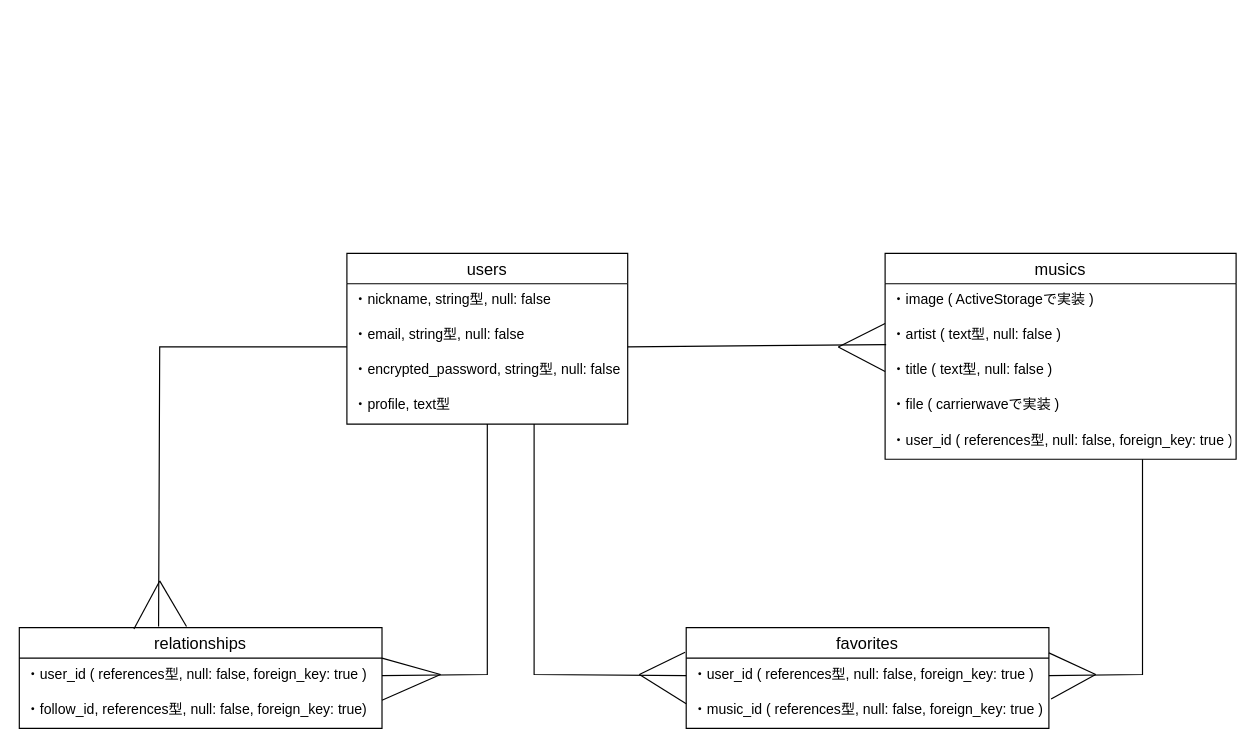
Above: ER図.dio in O-DAIKI/ScoopNote (draw.io), before the change. Source tidied: cells renumbered, new cells numbered last; positions are measured from the earlier drawing's top-left corner, leaving out a move shared by most shapes. Both pictures are drawn from the tidied source at 117%, with x=0, y=0 at pixel (19, 253).
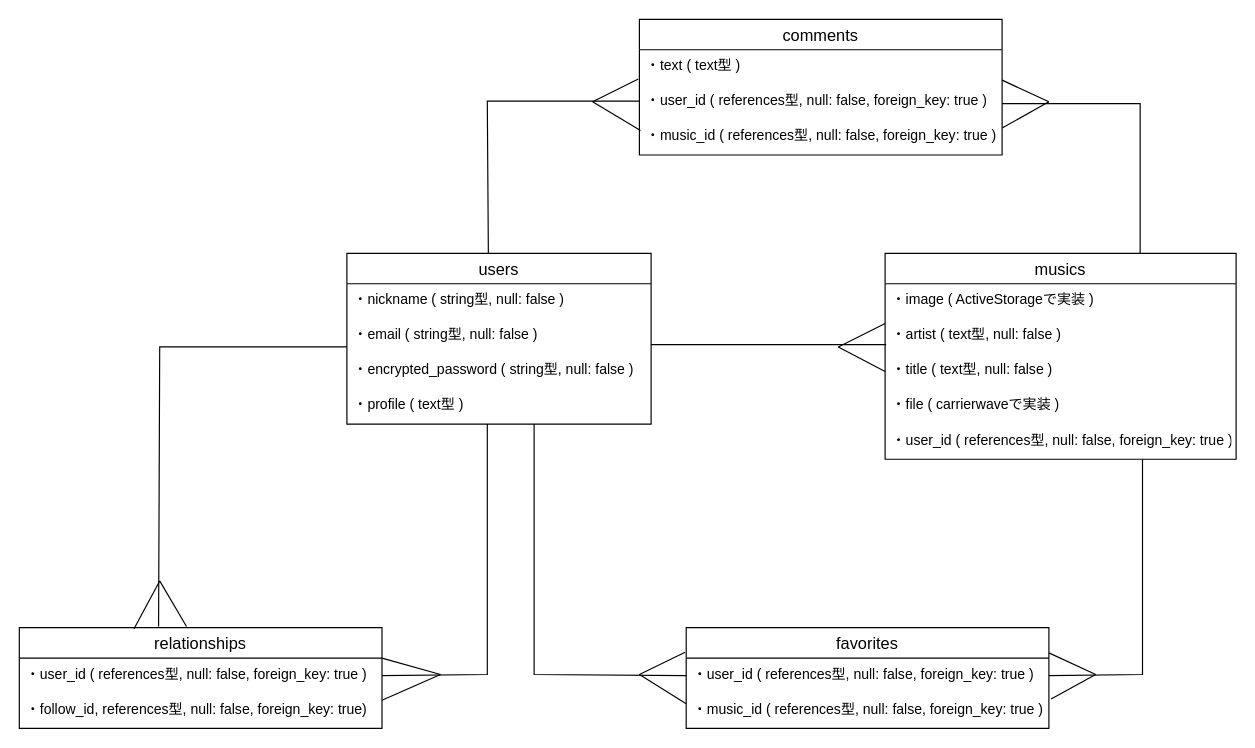
After the change.

Unchanged cells that the change refers to:
```xml
<mxCell id="15" value="・artist ( text型, null: false )" style="text;strokeColor=none;fillColor=none;spacingLeft=4;spacingRight=4;overflow=hidden;points=[[0,0.5],[1,0.5]];portConstraint=eastwest;fontSize=12;" parent="13" vertex="1">
  <mxGeometry y="56" width="300" height="30" as="geometry" />
</mxCell>
```

Diff of the diagram source:
```diff
@@
     <mxCell id="5" value="users" style="swimlane;fontStyle=0;horizontal=1;startSize=26;align=center;fontSize=14;" parent="1" vertex="1">
-      <mxGeometry x="280" width="240" height="146" as="geometry" />
+      <mxGeometry x="280" width="260" height="146" as="geometry" />
     </mxCell>
-    <mxCell id="6" value="・nickname, string型, null: false" style="text;strokeColor=none;fillColor=none;spacingLeft=4;spacingRight=4;overflow=hidden;fontSize=12;" parent="5" vertex="1">
-      <mxGeometry y="26" width="240" height="30" as="geometry" />
+    <mxCell id="6" value="・nickname ( string型, null: false )" style="text;strokeColor=none;fillColor=none;spacingLeft=4;spacingRight=4;overflow=hidden;fontSize=12;" parent="5" vertex="1">
+      <mxGeometry y="26" width="260" height="30" as="geometry" />
     </mxCell>
-    <mxCell id="7" value="・email, string型, null: false" style="text;strokeColor=none;fillColor=none;spacingLeft=4;spacingRight=4;overflow=hidden;fontSize=12;" parent="5" vertex="1">
-      <mxGeometry y="56" width="240" height="30" as="geometry" />
+    <mxCell id="7" value="・email ( string型, null: false )" style="text;strokeColor=none;fillColor=none;spacingLeft=4;spacingRight=4;overflow=hidden;fontSize=12;" parent="5" vertex="1">
+      <mxGeometry y="56" width="260" height="30" as="geometry" />
     </mxCell>
-    <mxCell id="8" value="・encrypted_password, string型, null: false" style="text;strokeColor=none;fillColor=none;spacingLeft=4;spacingRight=4;overflow=hidden;fontSize=12;" parent="5" vertex="1">
-      <mxGeometry y="86" width="240" height="30" as="geometry" />
+    <mxCell id="8" value="・encrypted_password ( string型, null: false )" style="text;strokeColor=none;fillColor=none;spacingLeft=4;spacingRight=4;overflow=hidden;fontSize=12;" parent="5" vertex="1">
+      <mxGeometry y="86" width="260" height="30" as="geometry" />
     </mxCell>
-    <mxCell id="9" value="・profile, text型" style="text;strokeColor=none;fillColor=none;spacingLeft=4;spacingRight=4;overflow=hidden;fontSize=12;" parent="5" vertex="1">
-      <mxGeometry y="116" width="240" height="30" as="geometry" />
+    <mxCell id="9" value="・profile ( text型 )" style="text;strokeColor=none;fillColor=none;spacingLeft=4;spacingRight=4;overflow=hidden;fontSize=12;" parent="5" vertex="1">
+      <mxGeometry y="116" width="260" height="30" as="geometry" />
     </mxCell>
@@
     <mxCell id="33" style="endArrow=none;html=1;rounded=0;entryX=0.003;entryY=0.733;entryDx=0;entryDy=0;entryPerimeter=0;" parent="1" edge="1" target="15">
       <mxGeometry relative="1" as="geometry">
-        <mxPoint x="520" y="80" as="sourcePoint" />
+        <mxPoint x="540" y="78" as="sourcePoint" />
       </mxGeometry>
     </mxCell>
+    <mxCell id="34" value="comments" style="swimlane;fontStyle=0;horizontal=1;startSize=26;align=center;fontSize=14;" parent="1" vertex="1">
+      <mxGeometry x="530" y="-200" width="310" height="116" as="geometry" />
+    </mxCell>
+    <mxCell id="35" value="・text ( text型 )" style="text;strokeColor=none;fillColor=none;spacingLeft=4;spacingRight=4;overflow=hidden;points=[[0,0.5],[1,0.5]];portConstraint=eastwest;fontSize=12;" parent="34" vertex="1">
+      <mxGeometry y="26" width="310" height="30" as="geometry" />
+    </mxCell>
+    <mxCell id="36" style="endArrow=none;html=1;rounded=0;" parent="34" edge="1">
+      <mxGeometry relative="1" as="geometry">
+        <mxPoint x="310" y="52" as="sourcePoint" />
+        <mxPoint x="350" y="70.5" as="targetPoint" />
+      </mxGeometry>
+    </mxCell>
+    <mxCell id="37" style="endArrow=none;html=1;rounded=0;exitX=1;exitY=0.233;exitDx=0;exitDy=0;exitPerimeter=0;" parent="34" edge="1" source="41">
+      <mxGeometry relative="1" as="geometry">
+        <mxPoint x="350" y="70.5" as="targetPoint" />
+      </mxGeometry>
+    </mxCell>
+    <mxCell id="38" value="・user_id ( references型, null: false, foreign_key: true )&#10; " style="text;strokeColor=none;fillColor=none;spacingLeft=4;spacingRight=4;overflow=hidden;fontSize=12;" parent="34" vertex="1">
+      <mxGeometry y="56" width="310" height="30" as="geometry" />
+    </mxCell>
+    <mxCell id="39" style="endArrow=none;html=1;rounded=0;entryX=-0.003;entryY=0.833;entryDx=0;entryDy=0;entryPerimeter=0;" parent="34" edge="1" target="35">
+      <mxGeometry relative="1" as="geometry">
+        <mxPoint x="-40" y="70.5" as="sourcePoint" />
+      </mxGeometry>
+    </mxCell>
+    <mxCell id="40" style="endArrow=none;html=1;rounded=0;entryX=0.003;entryY=0.3;entryDx=0;entryDy=0;entryPerimeter=0;" parent="34" edge="1" target="41">
+      <mxGeometry relative="1" as="geometry">
+        <mxPoint x="-40" y="70.5" as="sourcePoint" />
+      </mxGeometry>
+    </mxCell>
+    <mxCell id="41" value="・music_id ( references型, null: false, foreign_key: true )&#10; " style="text;strokeColor=none;fillColor=none;spacingLeft=4;spacingRight=4;overflow=hidden;points=[[0,0.5],[1,0.5]];portConstraint=eastwest;fontSize=12;" parent="34" vertex="1">
+      <mxGeometry y="86" width="310" height="30" as="geometry" />
+    </mxCell>
+    <mxCell id="42" style="endArrow=none;html=1;rounded=0;exitX=0.465;exitY=0;exitDx=0;exitDy=0;exitPerimeter=0;" parent="1" edge="1" source="5">
+      <mxGeometry relative="1" as="geometry">
+        <mxPoint x="530" y="-130" as="targetPoint" />
+        <Array as="points">
+          <mxPoint x="400" y="-130" />
+        </Array>
+      </mxGeometry>
+    </mxCell>
+    <mxCell id="43" style="endArrow=none;html=1;rounded=0;" parent="1" edge="1">
+      <mxGeometry relative="1" as="geometry">
+        <mxPoint x="840" y="-128" as="sourcePoint" />
+        <mxPoint x="958" as="targetPoint" />
+        <Array as="points">
+          <mxPoint x="958" y="-128" />
+        </Array>
+      </mxGeometry>
+    </mxCell>
```
